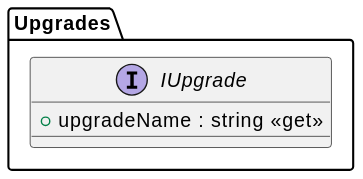
The PlantUML diagram plantuml/out/Upgrade/IUpgrade.svg in asterisk-cn/RougueShooter, before a commit. Source of this version:
```plantuml
@startuml
namespace Upgrades{
interface IUpgrade {
    + upgradeName : string <<get>>
}
}
@enduml
```
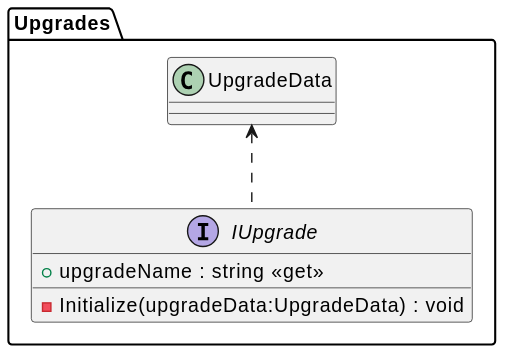
The same file after the commit.

The edit, as a diff of the source:
```diff
@@ -2,6 +2,8 @@
 namespace Upgrades{
 interface IUpgrade {
     + upgradeName : string <<get>>
+    - Initialize(upgradeData:UpgradeData) : void
 }
 }
+Upgrades.UpgradeData <.. IUpgrade
 @enduml
```
